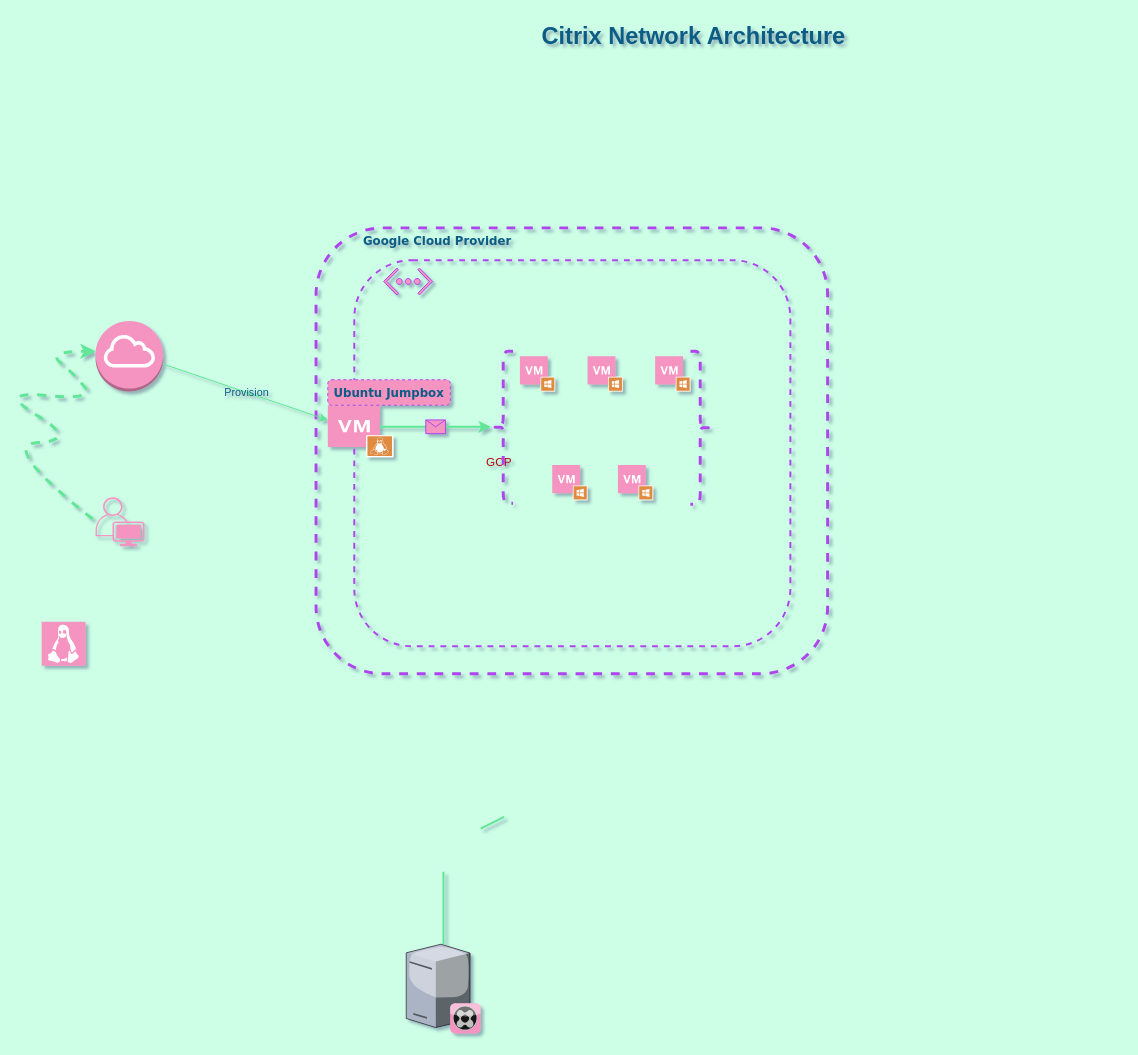
Above: GCP_Flow.drawio in raghavmishra/diagrams (draw.io), before the change. Source tidied: cells renumbered, new cells numbered last; positions are measured from the earlier drawing's top-left corner, leaving out a move shared by most shapes. Both pictures are drawn from the tidied source at 98%, with x=0, y=0 at pixel (-5, 17).
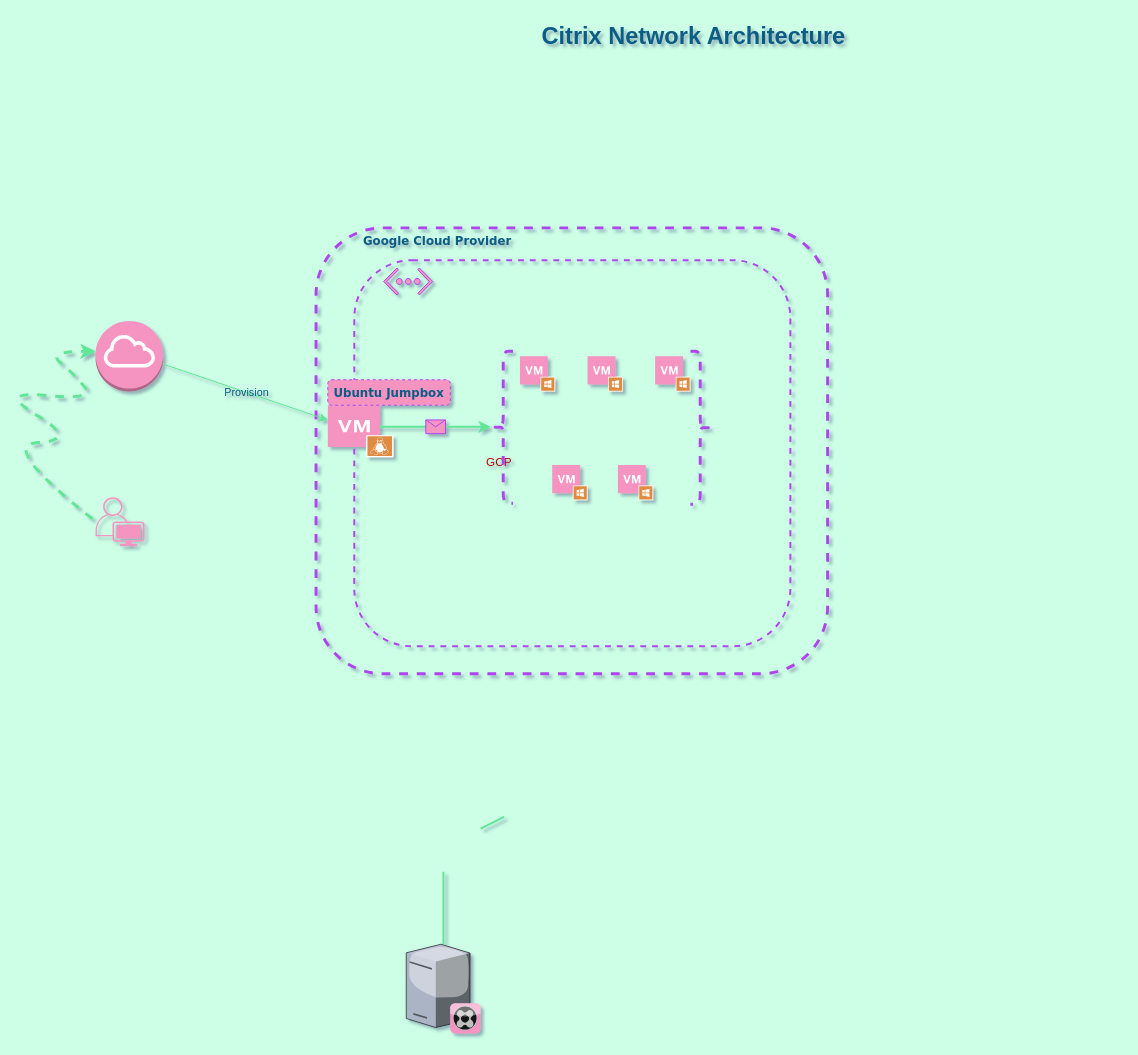
The same page after the edit.

The edit, as a diff of the source:
```diff
@@
-    <mxCell id="17" style="shadow=0;dashed=0;html=1;strokeColor=none;fillColor=#F694C1;labelPosition=center;verticalLabelPosition=bottom;verticalAlign=top;align=center;shape=mxgraph.veeam.linux;fontColor=#095C86;labelBackgroundColor=none;rounded=1;" parent="1" vertex="1">
-      <mxGeometry x="47" y="617" width="44.8" height="44.8" as="geometry" />
-    </mxCell>
```
